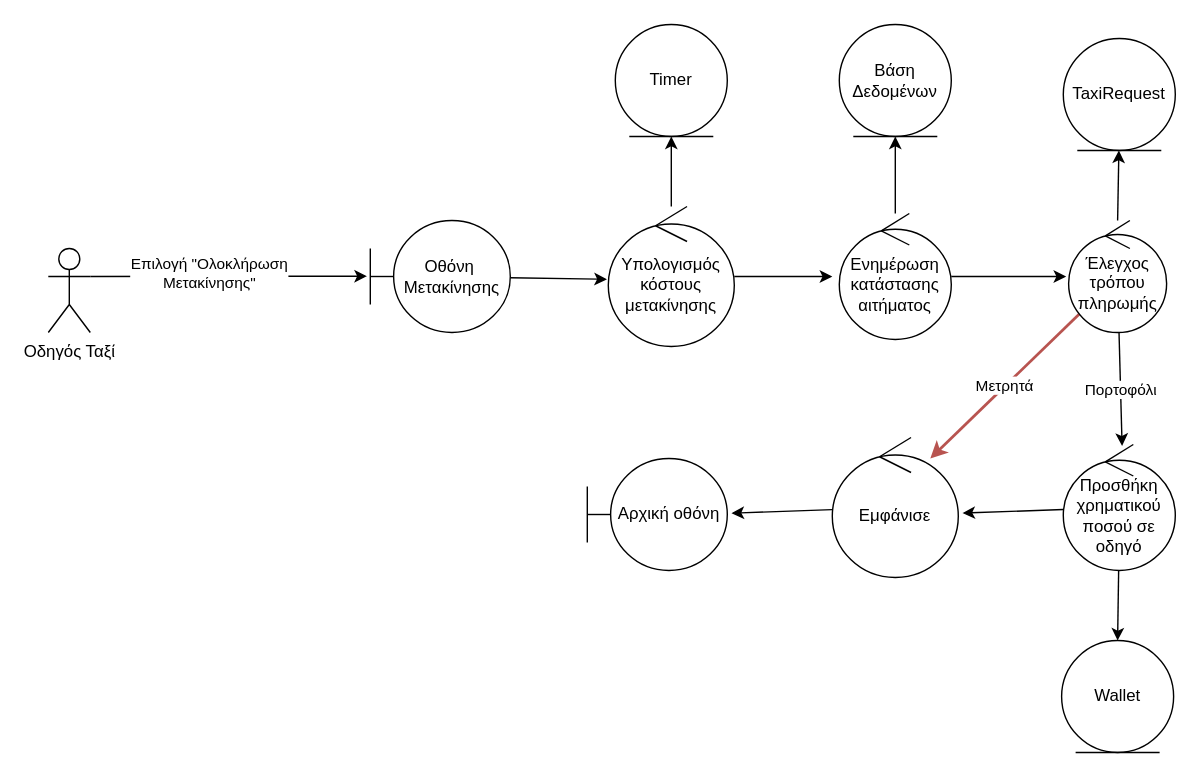
The draw.io diagram Part_4/Robustness/diagrams/10_Ολοκλήρωση_Διαδρομής_Ταξί.drawio in Nikolis2002/texnoligia_logismikou, before the edit. Source tidied: cells renumbered, new cells numbered last; positions are measured from the earlier drawing's top-left corner, leaving out a move shared by most shapes. Both pictures are drawn from the tidied source at 140%, with x=0, y=0 at pixel (48, 24).
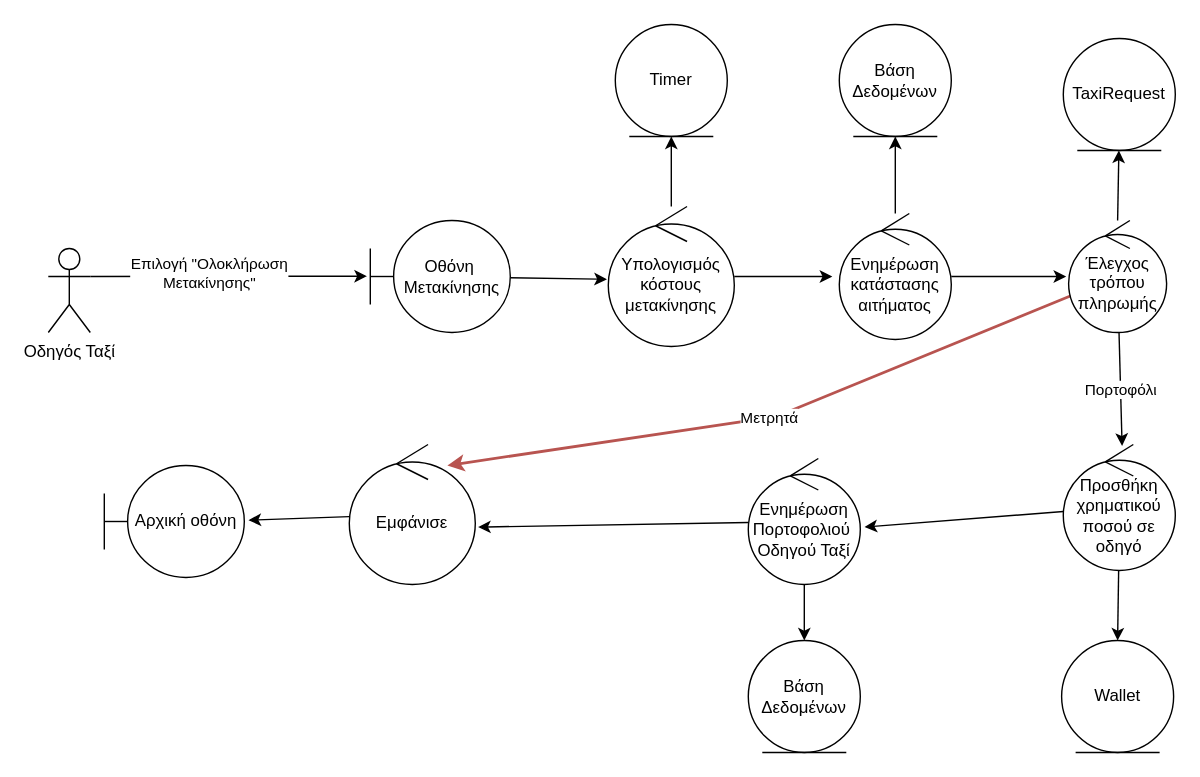
The same diagram, later.

The change refers to these unchanged cells:
```xml
<mxCell id="17" value="Έλεγχος τρόπου πληρωμής" style="ellipse;shape=umlControl;whiteSpace=wrap;html=1;strokeWidth=1;" parent="1" vertex="1">
  <mxGeometry x="728.8" y="140" width="70" height="80" as="geometry" />
</mxCell>
<mxCell id="21" value="Προσθήκη χρηματικού ποσού σε οδηγό" style="ellipse;shape=umlControl;whiteSpace=wrap;html=1;strokeWidth=1;" parent="1" vertex="1">
  <mxGeometry x="725" y="300" width="80" height="90" as="geometry" />
</mxCell>
```

The edit, as a diff of the source:
```diff
@@
     <mxCell id="16" value="Μετρητά" style="edgeStyle=none;html=1;fillColor=#f8cecc;strokeColor=#b85450;strokeWidth=2;entryX=0.778;entryY=0.15;entryDx=0;entryDy=0;entryPerimeter=0;" parent="1" edge="1" source="17" target="24">
-      <mxGeometry relative="1" as="geometry" />
+      <mxGeometry relative="1" as="geometry">
+        <Array as="points">
+          <mxPoint x="520" y="280" />
+        </Array>
+      </mxGeometry>
     </mxCell>
@@
-    <mxCell id="20" style="edgeStyle=none;html=1;entryX=1.033;entryY=0.54;entryDx=0;entryDy=0;entryPerimeter=0;" parent="1" edge="1" source="21" target="24">
-      <mxGeometry relative="1" as="geometry" />
-    </mxCell>
+    <mxCell id="27" style="edgeStyle=none;html=1;entryX=1.038;entryY=0.544;entryDx=0;entryDy=0;entryPerimeter=0;" parent="1" edge="1" source="21" target="30">
+      <mxGeometry relative="1" as="geometry" />
+    </mxCell>
@@
     <mxCell id="24" value="Εμφάνισε" style="ellipse;shape=umlControl;whiteSpace=wrap;html=1;strokeWidth=1;" parent="1" vertex="1">
-      <mxGeometry x="560" y="295" width="90" height="100" as="geometry" />
+      <mxGeometry x="215" y="300" width="90" height="100" as="geometry" />
     </mxCell>
     <mxCell id="25" value="Αρχική οθόνη" style="shape=umlBoundary;whiteSpace=wrap;html=1;strokeWidth=1;" parent="1" vertex="1">
-      <mxGeometry x="385" y="310" width="100" height="80" as="geometry" />
+      <mxGeometry x="40" y="315" width="100" height="80" as="geometry" />
     </mxCell>
@@
+    <mxCell id="28" style="edgeStyle=none;html=1;entryX=1.022;entryY=0.59;entryDx=0;entryDy=0;entryPerimeter=0;" parent="1" edge="1" source="30" target="24">
+      <mxGeometry relative="1" as="geometry" />
+    </mxCell>
+    <mxCell id="29" style="edgeStyle=none;html=1;entryX=0.5;entryY=0;entryDx=0;entryDy=0;" parent="1" edge="1" source="30" target="31">
+      <mxGeometry relative="1" as="geometry" />
+    </mxCell>
+    <mxCell id="30" value="Ενημέρωση Πορτοφολιού&amp;nbsp;&lt;br&gt;Οδηγού Ταξί" style="ellipse;shape=umlControl;whiteSpace=wrap;html=1;strokeWidth=1;" parent="1" vertex="1">
+      <mxGeometry x="500" y="310" width="80" height="90" as="geometry" />
+    </mxCell>
+    <mxCell id="31" value="Βάση Δεδομένων" style="ellipse;shape=umlEntity;whiteSpace=wrap;html=1;strokeWidth=1;" parent="1" vertex="1">
+      <mxGeometry x="500" y="440" width="80" height="80" as="geometry" />
+    </mxCell>
```
